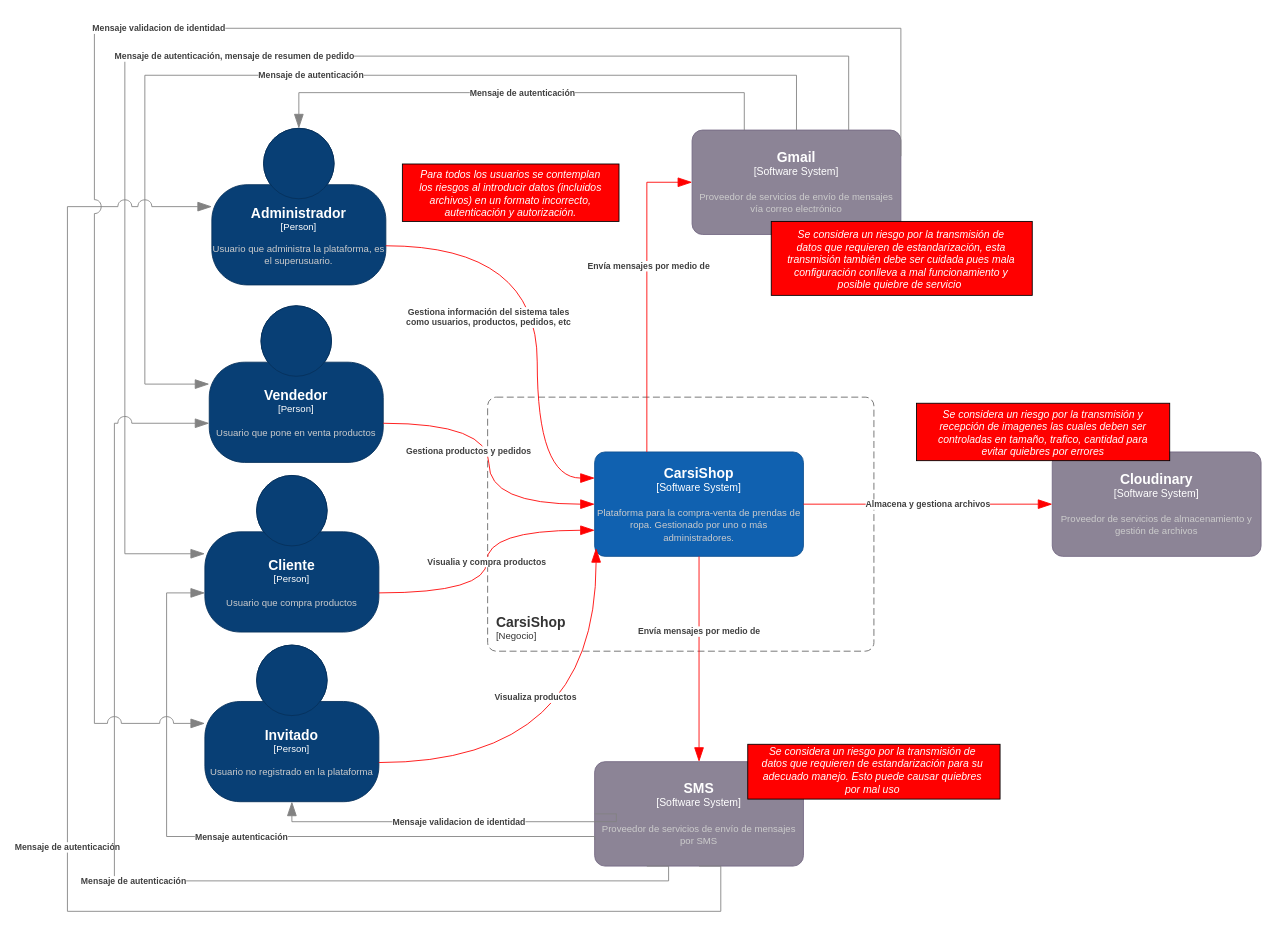
This is page "contexto con riesgos" (1 of 10) of Diagrama/c4CarsiShop.drawio from EmilianoChofis/c4CarsiShop, a draw.io file, before an edit. Source tidied: cells renumbered, new cells numbered last; positions are measured from the earlier drawing's top-left corner, leaving out a move shared by most shapes. Both pictures are drawn from the tidied source at 87%, with x=0, y=0 at pixel (67, 28).
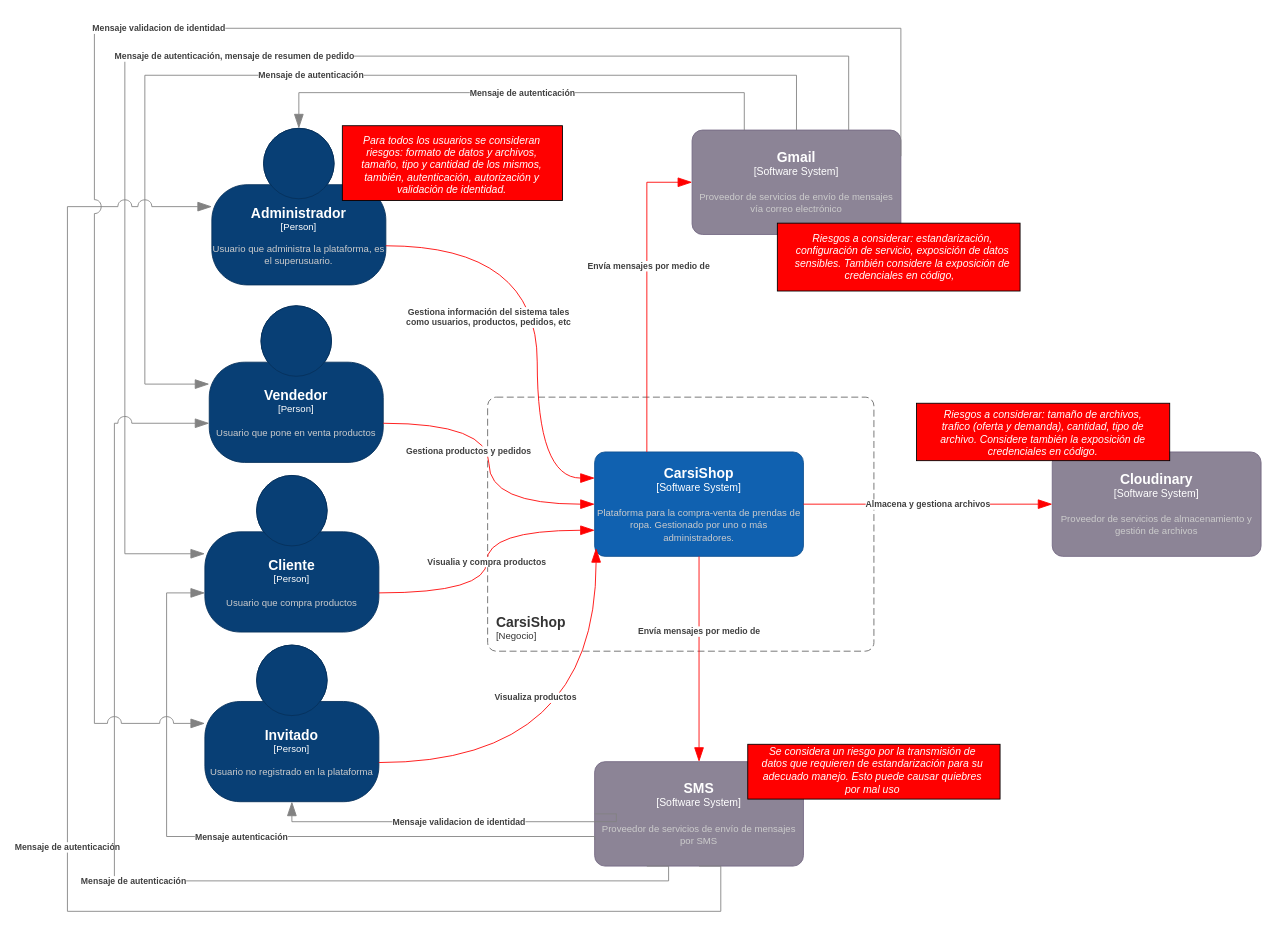
After the change.

Commit message (it also covers changes not shown here):
contexto con riesgos concisos

The change refers to these unchanged cells:
```xml
<mxCell id="28" style="group;" parent="1" vertex="1">
  <mxGeometry x="976" y="431" width="291" height="66" as="geometry" />
</mxCell>
```

Change to the diagram source:
```diff
@@
-    <mxCell id="30" value="&lt;i&gt;&lt;font color=&quot;#ffffff&quot;&gt;Se considera un riesgo por la transmisión y recepción de imagenes las cuales deben ser controladas en tamaño, trafico, cantidad para evitar quiebres por errores&lt;/font&gt;&lt;/i&gt;" style="text;strokeColor=none;align=center;fillColor=none;html=1;verticalAlign=middle;whiteSpace=wrap;rounded=0;" parent="28" vertex="1">
+    <mxCell id="30" value="&lt;i&gt;&lt;font color=&quot;#ffffff&quot;&gt;Riesgos a considerar: tamaño de archivos, trafico (oferta y demanda), cantidad, tipo de archivo. Considere también la&amp;nbsp;&lt;/font&gt;&lt;/i&gt;&lt;i&gt;&lt;font color=&quot;#ffffff&quot;&gt;exposición de credenciales en código.&lt;/font&gt;&lt;/i&gt;" style="text;strokeColor=none;align=center;fillColor=none;html=1;verticalAlign=middle;whiteSpace=wrap;rounded=0;" parent="28" vertex="1">
       <mxGeometry x="13.7" y="14.5" width="262.6" height="39.6" as="geometry" />
     </mxCell>
     <mxCell id="31" style="group;" parent="1" vertex="1">
-      <mxGeometry x="809" y="222" width="300" height="85" as="geometry" />
+      <mxGeometry x="816" y="224" width="279" height="78" as="geometry" />
     </mxCell>
     <mxCell id="32" style="rounded=0;whiteSpace=wrap;html=1;fillColor=#FF0000;" parent="31" vertex="1">
-      <mxGeometry width="300" height="85" as="geometry" />
+      <mxGeometry width="279" height="78" as="geometry" />
     </mxCell>
-    <mxCell id="33" value="&lt;i&gt;&lt;font color=&quot;#ffffff&quot;&gt;Se considera un riesgo por la transmisión de datos que requieren de estandarización, esta transmisión también debe ser cuidada pues mala configuración conlleva a mal funcionamiento y posible quiebre de servicio&amp;nbsp;&lt;/font&gt;&lt;/i&gt;" style="text;strokeColor=none;align=center;fillColor=none;html=1;verticalAlign=middle;whiteSpace=wrap;rounded=0;" parent="31" vertex="1">
-      <mxGeometry x="14.1" y="18.7" width="270.7" height="51" as="geometry" />
+    <mxCell id="33" value="&lt;i&gt;&lt;font color=&quot;#ffffff&quot;&gt;Riesgos a considerar: estandarización, configuración de servicio, exposición de datos sensibles. También considere la exposición de credenciales en código,&amp;nbsp;&amp;nbsp;&lt;/font&gt;&lt;/i&gt;" style="text;strokeColor=none;align=center;fillColor=none;html=1;verticalAlign=middle;whiteSpace=wrap;rounded=0;" parent="31" vertex="1">
+      <mxGeometry x="18" y="15.6" width="251.8" height="46.8" as="geometry" />
     </mxCell>
     <mxCell id="34" style="group;" parent="1" vertex="1">
-      <mxGeometry x="385" y="156" width="249" height="66" as="geometry" />
+      <mxGeometry x="316" y="112" width="253" height="86" as="geometry" />
     </mxCell>
     <mxCell id="35" style="rounded=0;whiteSpace=wrap;html=1;fillColor=#FF0000;" parent="34" vertex="1">
-      <mxGeometry width="249" height="66" as="geometry" />
+      <mxGeometry width="253" height="86" as="geometry" />
     </mxCell>
-    <mxCell id="36" value="&lt;i&gt;&lt;font color=&quot;#ffffff&quot;&gt;Para todos los usuarios se contemplan los riesgos al introducir datos (incluidos archivos) en un formato incorrecto, autenticación y autorización.&lt;/font&gt;&lt;/i&gt;" style="text;strokeColor=none;align=center;fillColor=none;html=1;verticalAlign=middle;whiteSpace=wrap;rounded=0;" parent="34" vertex="1">
-      <mxGeometry x="11.7" y="14.5" width="224.7" height="39.6" as="geometry" />
+    <mxCell id="36" value="&lt;i&gt;&lt;font color=&quot;#ffffff&quot;&gt;Para todos los usuarios se consideran riesgos: formato de datos y archivos, tamaño, tipo y cantidad de los mismos, también, autenticación, autorización y validación de identidad.&lt;/font&gt;&lt;/i&gt;" style="text;strokeColor=none;align=center;fillColor=none;html=1;verticalAlign=middle;whiteSpace=wrap;rounded=0;" parent="34" vertex="1">
+      <mxGeometry x="11.9" y="18.9" width="228.3" height="51.6" as="geometry" />
     </mxCell>
```
